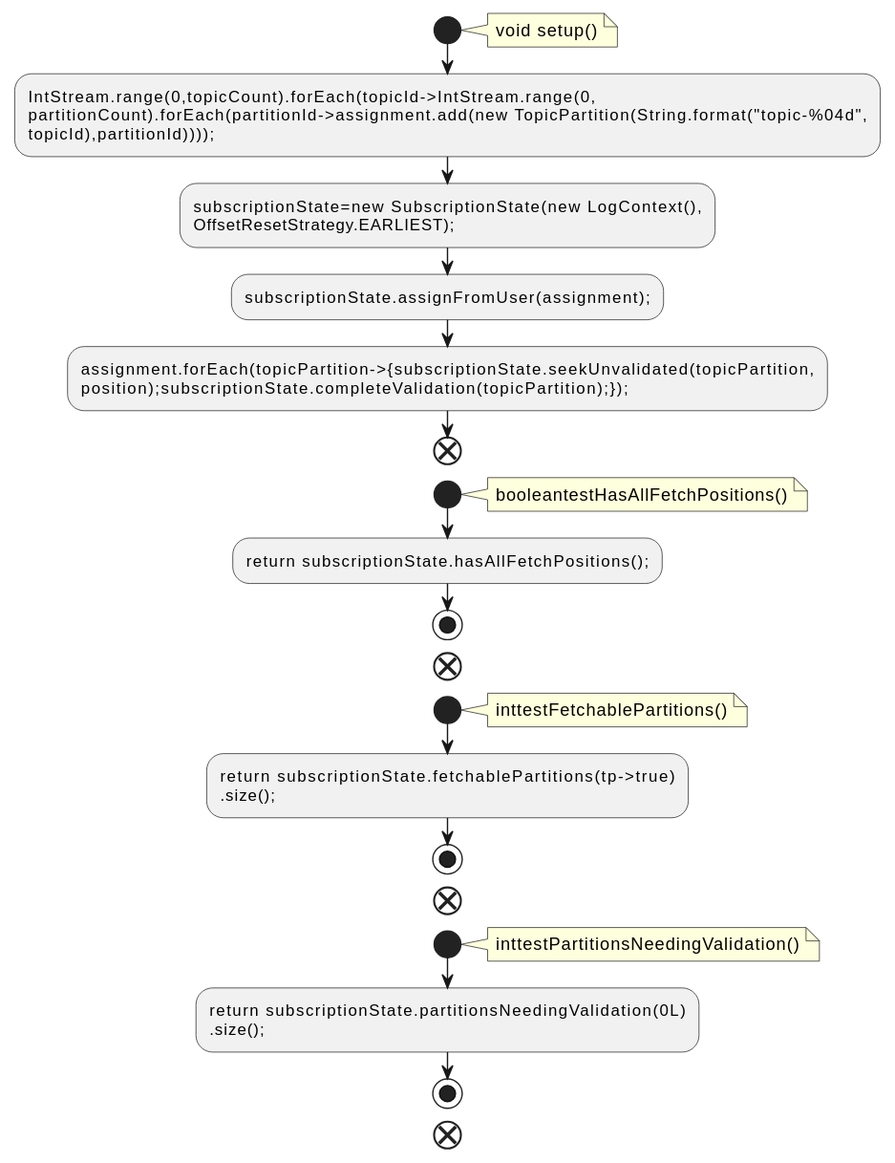
qualitesys/kafka keeps this PlantUML diagram as docs/qc/jmh-benchmarks/src/main/java/org/apache/kafka/jmh/consumer/SubscriptionStateBenchmark.java.fct.svg. Above is the earlier version.
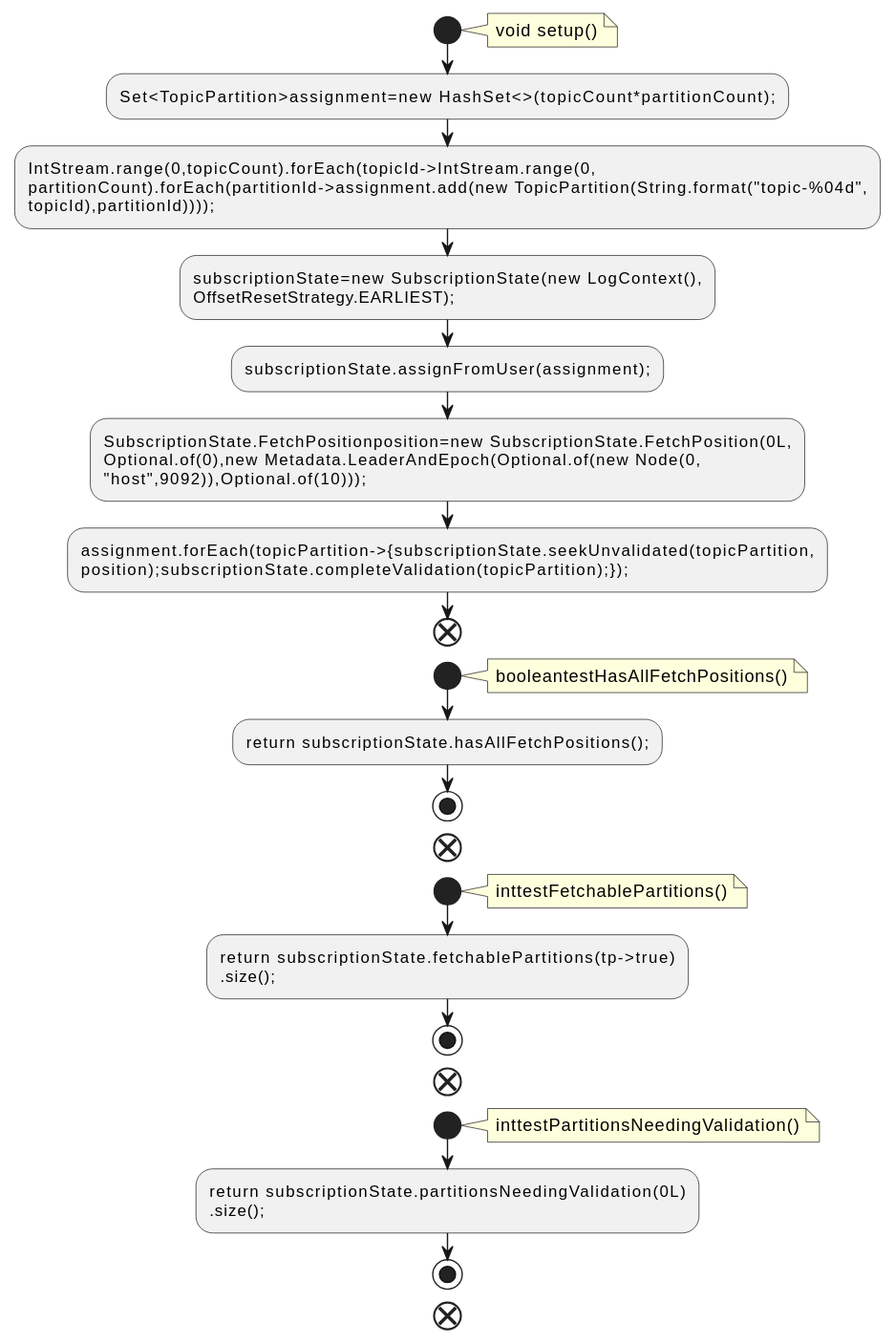
Above is the later version.

The edit, as a diff of the source:
```diff
@@ -4,12 +4,16 @@
 note right
 void setup()
 end note
+:Set<TopicPartition>assignment=new HashSet<>(topicCount*partitionCount);;
 :IntStream.range(0,topicCount).forEach(topicId->IntStream.range(0,
 partitionCount).forEach(partitionId->assignment.add(new TopicPartition(String.format("topic-%04d",
 topicId),partitionId))));;
 :subscriptionState=new SubscriptionState(new LogContext(),
 OffsetResetStrategy.EARLIEST);;
 :subscriptionState.assignFromUser(assignment);;
+:SubscriptionState.FetchPositionposition=new SubscriptionState.FetchPosition(0L,
+Optional.of(0),new Metadata.LeaderAndEpoch(Optional.of(new Node(0,
+"host",9092)),Optional.of(10)));;
 :assignment.forEach(topicPartition->{subscriptionState.seekUnvalidated(topicPartition,
 position);subscriptionState.completeValidation(topicPartition);});;
 end
```
